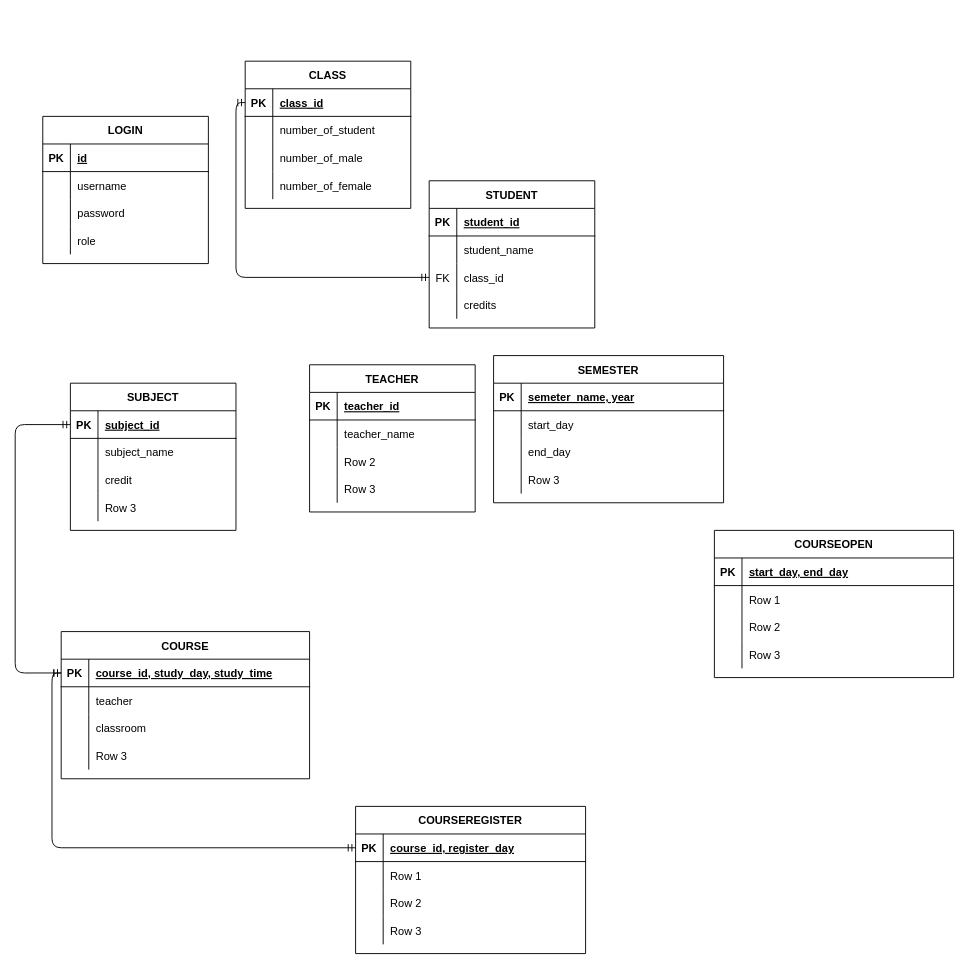
Earlier version of the draw.io diagram Untitled Diagram.drawio (HaiDuc0147/HibernateProject). Source tidied: cells renumbered, new cells numbered last; positions are measured from the earlier drawing's top-left corner, leaving out a move shared by most shapes. Both pictures are drawn from the tidied source at 92%, with x=0, y=0 at pixel (15, 61).
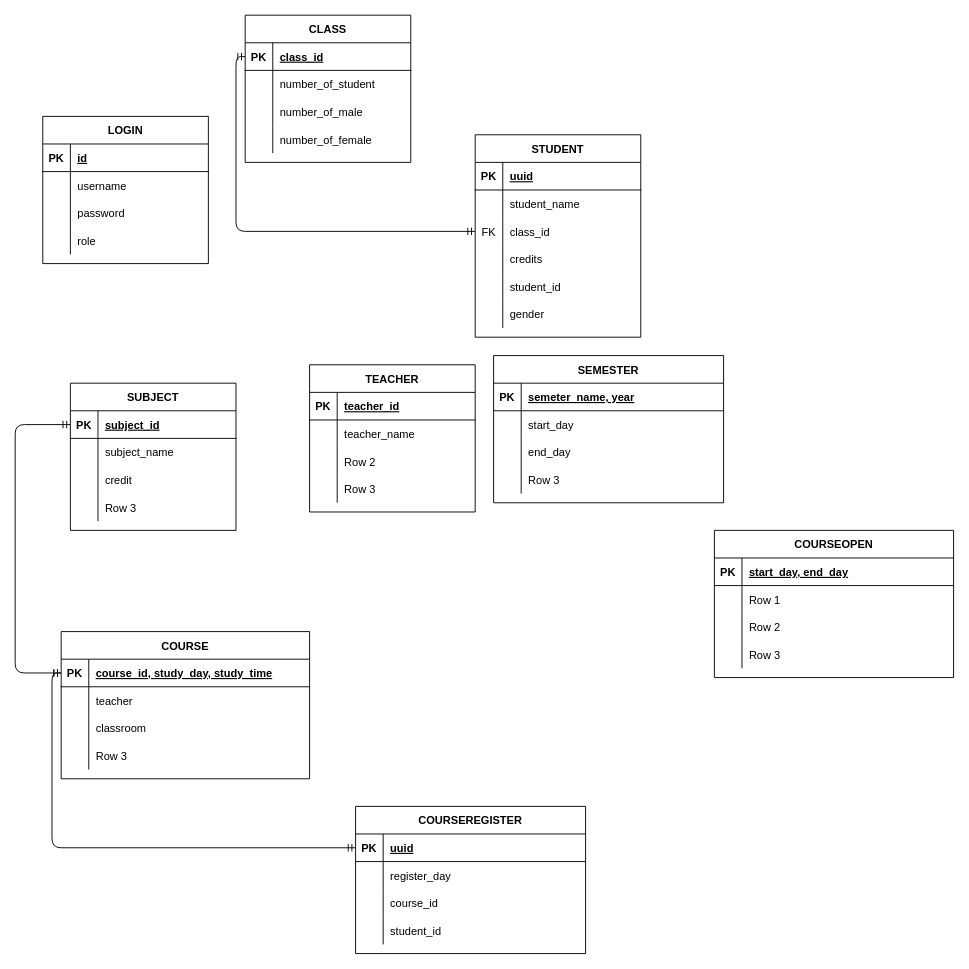
The same page after the edit.

The change refers to these unchanged cells:
```xml
<mxCell id="16" style="shape=partialRectangle;fillColor=none;top=0;left=0;bottom=1;right=0;" parent="15" vertex="1">
  <mxGeometry y="30" width="180" height="30" as="geometry" />
</mxCell>
<mxCell id="81" style="shape=partialRectangle;fillColor=none;top=0;left=0;bottom=1;right=0;points=[[0,0.5],[1,0.5]];portConstraint=eastwest;" parent="80" vertex="1">
  <mxGeometry y="30" width="250" height="30" as="geometry" />
</mxCell>
<mxCell id="84" style="shape=partialRectangle;fillColor=none;top=0;left=0;bottom=0;right=0;" parent="80" vertex="1">
  <mxGeometry y="60" width="250" height="30" as="geometry" />
</mxCell>
<mxCell id="87" style="shape=partialRectangle;fillColor=none;top=0;left=0;bottom=0;right=0;" parent="80" vertex="1">
  <mxGeometry y="90" width="250" height="30" as="geometry" />
</mxCell>
<mxCell id="90" style="shape=partialRectangle;fillColor=none;top=0;left=0;bottom=0;right=0;" parent="80" vertex="1">
  <mxGeometry y="120" width="250" height="30" as="geometry" />
</mxCell>
```

Change to the diagram source:
```diff
@@
     <mxCell id="15" value="STUDENT" style="shape=table;startSize=30;childLayout=tableLayout;rowLines=0;fontStyle=1;align=center;" parent="1" vertex="1">
-      <mxGeometry x="450" y="130" width="180" height="160" as="geometry" />
+      <mxGeometry x="500" y="80" width="180" height="220" as="geometry" />
     </mxCell>
@@
-    <mxCell id="18" value="student_id" style="shape=partialRectangle;fillColor=none;top=0;left=0;bottom=0;right=0;align=left;spacingLeft=6;fontStyle=5;overflow=hidden;" parent="16" vertex="1">
+    <mxCell id="18" value="uuid" style="shape=partialRectangle;fillColor=none;top=0;left=0;bottom=0;right=0;align=left;spacingLeft=6;fontStyle=5;overflow=hidden;" parent="16" vertex="1">
       <mxGeometry x="30" width="150" height="30" as="geometry" />
     </mxCell>
@@
+    <mxCell id="122" style="shape=partialRectangle;fillColor=none;top=0;left=0;bottom=0;right=0;" parent="15" vertex="1">
+      <mxGeometry y="150" width="180" height="30" as="geometry" />
+    </mxCell>
+    <mxCell id="123" style="shape=partialRectangle;fillColor=none;top=0;left=0;bottom=0;right=0;overflow=hidden;" parent="122" vertex="1">
+      <mxGeometry width="30" height="30" as="geometry" />
+    </mxCell>
+    <mxCell id="124" value="student_id" style="shape=partialRectangle;fillColor=none;top=0;left=0;bottom=0;right=0;align=left;spacingLeft=6;overflow=hidden;" parent="122" vertex="1">
+      <mxGeometry x="30" width="150" height="30" as="geometry" />
+    </mxCell>
+    <mxCell id="125" style="shape=partialRectangle;fillColor=none;top=0;left=0;bottom=0;right=0;" parent="15" vertex="1">
+      <mxGeometry y="180" width="180" height="30" as="geometry" />
+    </mxCell>
+    <mxCell id="126" style="shape=partialRectangle;fillColor=none;top=0;left=0;bottom=0;right=0;overflow=hidden;" parent="125" vertex="1">
+      <mxGeometry width="30" height="30" as="geometry" />
+    </mxCell>
+    <mxCell id="127" value="gender" style="shape=partialRectangle;fillColor=none;top=0;left=0;bottom=0;right=0;align=left;spacingLeft=6;overflow=hidden;" parent="125" vertex="1">
+      <mxGeometry x="30" width="150" height="30" as="geometry" />
+    </mxCell>
@@
-    <mxCell id="83" value="course_id, register_day" style="shape=partialRectangle;fillColor=none;top=0;left=0;bottom=0;right=0;align=left;spacingLeft=6;fontStyle=5;overflow=hidden;" parent="81" vertex="1">
+    <mxCell id="83" value="uuid" style="shape=partialRectangle;fillColor=none;top=0;left=0;bottom=0;right=0;align=left;spacingLeft=6;fontStyle=5;overflow=hidden;" parent="81" vertex="1">
       <mxGeometry x="30" width="220" height="30" as="geometry" />
     </mxCell>
@@
-    <mxCell id="86" value="Row 1" style="shape=partialRectangle;fillColor=none;top=0;left=0;bottom=0;right=0;align=left;spacingLeft=6;overflow=hidden;" parent="84" vertex="1">
+    <mxCell id="86" value="register_day" style="shape=partialRectangle;fillColor=none;top=0;left=0;bottom=0;right=0;align=left;spacingLeft=6;overflow=hidden;" parent="84" vertex="1">
       <mxGeometry x="30" width="220" height="30" as="geometry" />
     </mxCell>
@@
-    <mxCell id="89" value="Row 2" style="shape=partialRectangle;fillColor=none;top=0;left=0;bottom=0;right=0;align=left;spacingLeft=6;overflow=hidden;" parent="87" vertex="1">
+    <mxCell id="89" value="course_id" style="shape=partialRectangle;fillColor=none;top=0;left=0;bottom=0;right=0;align=left;spacingLeft=6;overflow=hidden;" parent="87" vertex="1">
       <mxGeometry x="30" width="220" height="30" as="geometry" />
     </mxCell>
@@
-    <mxCell id="92" value="Row 3" style="shape=partialRectangle;fillColor=none;top=0;left=0;bottom=0;right=0;align=left;spacingLeft=6;overflow=hidden;" parent="90" vertex="1">
+    <mxCell id="92" value="student_id" style="shape=partialRectangle;fillColor=none;top=0;left=0;bottom=0;right=0;align=left;spacingLeft=6;overflow=hidden;" parent="90" vertex="1">
       <mxGeometry x="30" width="220" height="30" as="geometry" />
     </mxCell>
     <mxCell id="93" value="CLASS" style="shape=table;startSize=30;childLayout=tableLayout;rowLines=0;fontStyle=1;align=center;" parent="1" vertex="1">
-      <mxGeometry x="250" width="180" height="160" as="geometry" />
+      <mxGeometry x="250" y="-50" width="180" height="160" as="geometry" />
     </mxCell>
```
